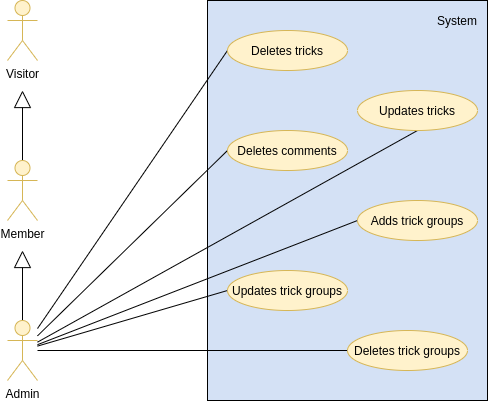
Earlier version of the draw.io export uml/Back Office - Use Case Diagram.png (briandidierjean/projet6-da-php-symfony-oc). Source tidied: cells renumbered, new cells last; positions are measured from the earlier drawing's top-left corner, leaving out a move shared by most shapes.
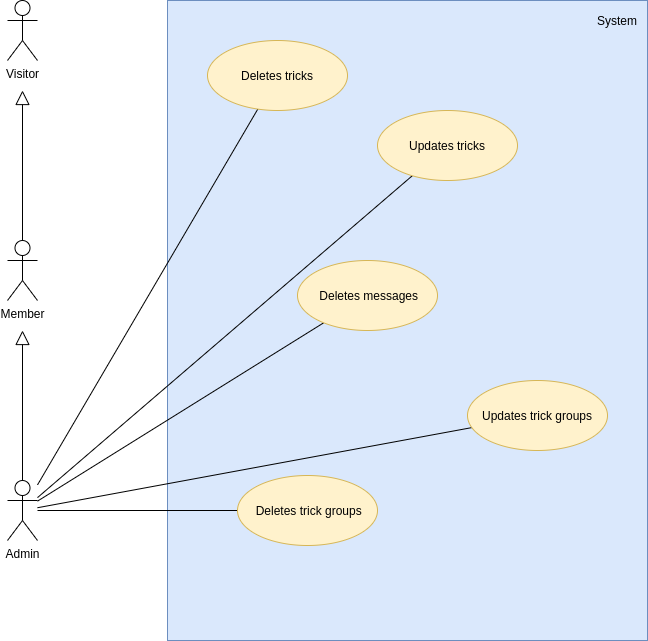
The same file after the commit.

Change to the diagram source:
```diff
@@ -2,66 +2,60 @@
   <root>
     <mxCell id="0" />
     <mxCell id="1" parent="0" />
-    <mxCell id="2" style="rounded=0;whiteSpace=wrap;html=1;fillColor=#D4E1F5;" parent="1" vertex="1">
-      <mxGeometry x="200" width="280" height="400" as="geometry" />
-    </mxCell>
+    <mxCell id="21" style="rounded=0;whiteSpace=wrap;html=1;fillColor=#dae8fc;strokeColor=#6c8ebf;" parent="1" vertex="1">
+      <mxGeometry x="120" y="-80" width="480" height="640" as="geometry" />
+    </mxCell>
+    <mxCell id="4" value="Visitor" style="shape=umlActor;verticalLabelPosition=bottom;verticalAlign=top;html=1;" parent="1" vertex="1">
+      <mxGeometry x="-40" y="-80" width="30" height="60" as="geometry" />
+    </mxCell>
+    <mxCell id="22" style="edgeStyle=orthogonalEdgeStyle;rounded=0;jettySize=auto;html=1;endArrow=block;endFill=0;endSize=12;" parent="1" edge="1" source="6">
+      <mxGeometry relative="1" as="geometry">
+        <mxPoint x="-25" y="10" as="targetPoint" />
+      </mxGeometry>
+    </mxCell>
+    <mxCell id="6" value="Member" style="shape=umlActor;verticalLabelPosition=bottom;verticalAlign=top;html=1;" parent="1" vertex="1">
+      <mxGeometry x="-40" y="160" width="30" height="60" as="geometry" />
+    </mxCell>
+    <mxCell id="23" style="edgeStyle=orthogonalEdgeStyle;rounded=0;jettySize=auto;html=1;endArrow=block;endFill=0;endSize=12;" parent="1" edge="1" source="14">
+      <mxGeometry relative="1" as="geometry">
+        <mxPoint x="-25" y="250" as="targetPoint" />
+      </mxGeometry>
+    </mxCell>
+    <mxCell id="13" style="rounded=0;jettySize=auto;html=1;endArrow=none;endFill=0;endSize=12;" parent="1" edge="1" source="14" target="20">
+      <mxGeometry relative="1" as="geometry" />
+    </mxCell>
+    <mxCell id="12" style="edgeStyle=none;rounded=0;jettySize=auto;html=1;endArrow=none;endFill=0;endSize=12;" parent="1" edge="1" source="14" target="19">
+      <mxGeometry relative="1" as="geometry" />
+    </mxCell>
+    <mxCell id="24" style="edgeStyle=none;rounded=0;jettySize=auto;html=1;endArrow=none;endFill=0;endSize=12;" parent="1" edge="1" source="14" target="25">
+      <mxGeometry relative="1" as="geometry" />
+    </mxCell>
+    <mxCell id="9" style="edgeStyle=none;rounded=0;jettySize=auto;html=1;endArrow=none;endFill=0;endSize=12;" parent="1" edge="1" source="14" target="16">
+      <mxGeometry relative="1" as="geometry" />
+    </mxCell>
+    <mxCell id="8" style="edgeStyle=none;rounded=0;jettySize=auto;html=1;endArrow=none;endFill=0;endSize=12;" parent="1" edge="1" source="14" target="15">
+      <mxGeometry relative="1" as="geometry" />
+    </mxCell>
+    <mxCell id="14" value="Admin" style="shape=umlActor;verticalLabelPosition=bottom;verticalAlign=top;html=1;" parent="1" vertex="1">
+      <mxGeometry x="-40" y="400" width="30" height="60" as="geometry" />
+    </mxCell>
     <mxCell id="3" value="System" style="text;html=1;strokeColor=none;fillColor=none;align=center;verticalAlign=middle;whiteSpace=wrap;rounded=0;" parent="1" vertex="1">
-      <mxGeometry x="430" y="10" width="40" height="20" as="geometry" />
+      <mxGeometry x="550" y="-70" width="40" height="20" as="geometry" />
     </mxCell>
-    <mxCell id="4" value="Visitor" style="shape=umlActor;verticalLabelPosition=bottom;verticalAlign=top;html=1;fillColor=#fff2cc;strokeColor=#d6b656;" parent="1" vertex="1">
-      <mxGeometry width="30" height="60" as="geometry" />
-    </mxCell>
-    <mxCell id="5" style="edgeStyle=orthogonalEdgeStyle;rounded=0;jettySize=auto;html=1;endSize=15;endArrow=block;endFill=0;" parent="1" edge="1" source="6">
-      <mxGeometry relative="1" as="geometry">
-        <mxPoint x="15" y="90" as="targetPoint" />
-      </mxGeometry>
-    </mxCell>
-    <mxCell id="6" value="Member&lt;br&gt;" style="shape=umlActor;verticalLabelPosition=bottom;verticalAlign=top;html=1;fillColor=#fff2cc;strokeColor=#d6b656;" parent="1" vertex="1">
-      <mxGeometry y="160" width="30" height="60" as="geometry" />
-    </mxCell>
-    <mxCell id="7" style="edgeStyle=orthogonalEdgeStyle;rounded=0;jettySize=auto;html=1;endArrow=block;endFill=0;endSize=15;" parent="1" edge="1" source="14">
-      <mxGeometry relative="1" as="geometry">
-        <mxPoint x="15" y="250" as="targetPoint" />
-      </mxGeometry>
-    </mxCell>
-    <mxCell id="8" style="rounded=0;jettySize=auto;html=1;entryX=0;entryY=0.5;entryDx=0;entryDy=0;endArrow=none;endFill=0;endSize=15;" parent="1" edge="1" source="14" target="15">
-      <mxGeometry relative="1" as="geometry" />
-    </mxCell>
-    <mxCell id="9" style="edgeStyle=none;rounded=0;jettySize=auto;html=1;entryX=0.5;entryY=1;entryDx=0;entryDy=0;endArrow=none;endFill=0;endSize=15;" parent="1" edge="1" source="14" target="16">
-      <mxGeometry relative="1" as="geometry" />
-    </mxCell>
-    <mxCell id="10" style="edgeStyle=none;rounded=0;jettySize=auto;html=1;entryX=0;entryY=0.5;entryDx=0;entryDy=0;endArrow=none;endFill=0;endSize=15;" parent="1" edge="1" source="14" target="17">
-      <mxGeometry relative="1" as="geometry" />
-    </mxCell>
-    <mxCell id="11" style="edgeStyle=none;rounded=0;jettySize=auto;html=1;entryX=0;entryY=0.5;entryDx=0;entryDy=0;endArrow=none;endFill=0;endSize=15;" parent="1" edge="1" source="14" target="18">
-      <mxGeometry relative="1" as="geometry" />
-    </mxCell>
-    <mxCell id="12" style="edgeStyle=none;rounded=0;jettySize=auto;html=1;entryX=0;entryY=0.5;entryDx=0;entryDy=0;endArrow=none;endFill=0;endSize=15;" parent="1" edge="1" source="14" target="19">
-      <mxGeometry relative="1" as="geometry" />
-    </mxCell>
-    <mxCell id="13" style="edgeStyle=none;rounded=0;jettySize=auto;html=1;entryX=0;entryY=0.5;entryDx=0;entryDy=0;endArrow=none;endFill=0;endSize=15;" parent="1" edge="1" source="14" target="20">
-      <mxGeometry relative="1" as="geometry" />
-    </mxCell>
-    <mxCell id="14" value="Admin" style="shape=umlActor;verticalLabelPosition=bottom;verticalAlign=top;html=1;fillColor=#fff2cc;strokeColor=#d6b656;" parent="1" vertex="1">
-      <mxGeometry y="320" width="30" height="60" as="geometry" />
-    </mxCell>
-    <mxCell id="15" value="Deletes tricks" style="ellipse;whiteSpace=wrap;html=1;strokeColor=#d6b656;fillColor=#fff2cc;" parent="1" vertex="1">
-      <mxGeometry x="220" y="30" width="120" height="40" as="geometry" />
+    <mxCell id="15" value="Deletes tricks" style="ellipse;whiteSpace=wrap;html=1;fillColor=#fff2cc;strokeColor=#d6b656;" parent="1" vertex="1">
+      <mxGeometry x="160" y="-40" width="140" height="70" as="geometry" />
     </mxCell>
+    <mxCell id="25" value="&amp;nbsp;Deletes messages" style="ellipse;whiteSpace=wrap;html=1;fillColor=#fff2cc;strokeColor=#d6b656;" parent="1" vertex="1">
+      <mxGeometry x="250" y="180" width="140" height="70" as="geometry" />
+    </mxCell>
-    <mxCell id="16" value="Updates tricks" style="ellipse;whiteSpace=wrap;html=1;strokeColor=#d6b656;fillColor=#fff2cc;" parent="1" vertex="1">
-      <mxGeometry x="350" y="90" width="120" height="40" as="geometry" />
+    <mxCell id="16" value="Updates&amp;nbsp;tricks" style="ellipse;whiteSpace=wrap;html=1;fillColor=#fff2cc;strokeColor=#d6b656;" parent="1" vertex="1">
+      <mxGeometry x="330" y="30" width="140" height="70" as="geometry" />
     </mxCell>
-    <mxCell id="17" value="Deletes comments" style="ellipse;whiteSpace=wrap;html=1;strokeColor=#d6b656;fillColor=#fff2cc;" parent="1" vertex="1">
-      <mxGeometry x="220" y="130" width="120" height="40" as="geometry" />
-    </mxCell>
-    <mxCell id="18" value="Adds trick groups" style="ellipse;whiteSpace=wrap;html=1;strokeColor=#d6b656;fillColor=#fff2cc;" parent="1" vertex="1">
-      <mxGeometry x="350" y="200" width="120" height="40" as="geometry" />
-    </mxCell>
-    <mxCell id="19" value="Updates trick groups" style="ellipse;whiteSpace=wrap;html=1;strokeColor=#d6b656;fillColor=#fff2cc;" parent="1" vertex="1">
-      <mxGeometry x="220" y="270" width="120" height="40" as="geometry" />
+    <mxCell id="19" value="Updates trick groups" style="ellipse;whiteSpace=wrap;html=1;fillColor=#fff2cc;strokeColor=#d6b656;" parent="1" vertex="1">
+      <mxGeometry x="420" y="300" width="140" height="70" as="geometry" />
     </mxCell>
-    <mxCell id="20" value="Deletes trick groups" style="ellipse;whiteSpace=wrap;html=1;strokeColor=#d6b656;fillColor=#fff2cc;" parent="1" vertex="1">
-      <mxGeometry x="340" y="330" width="120" height="40" as="geometry" />
+    <mxCell id="20" value="&amp;nbsp;Deletes trick groups" style="ellipse;whiteSpace=wrap;html=1;fillColor=#fff2cc;strokeColor=#d6b656;" parent="1" vertex="1">
+      <mxGeometry x="190" y="395" width="140" height="70" as="geometry" />
     </mxCell>
   </root>
 </mxGraphModel>
```
